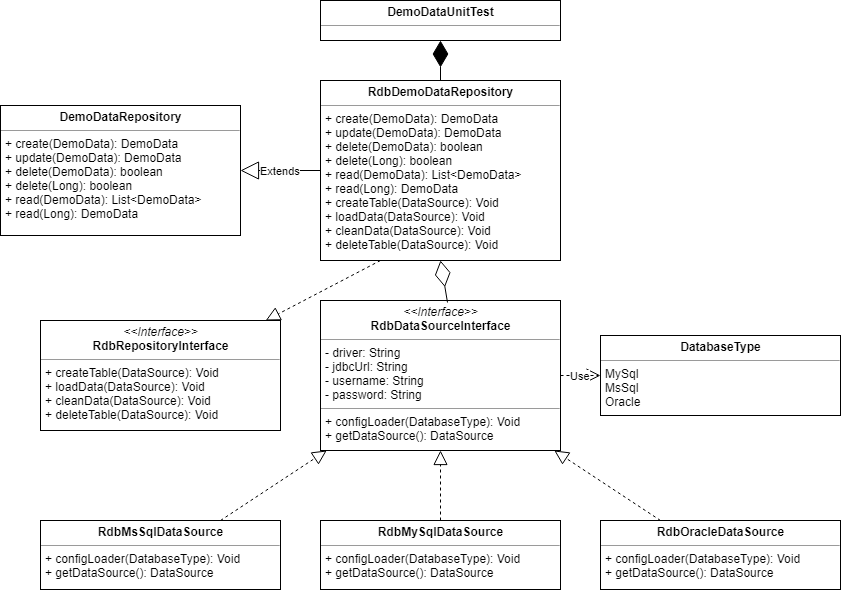
The draw.io diagram Class Diagram.png in piscessera/java-rdb-unittest, before a commit. Source tidied: cells renumbered, new cells last; positions are measured from the earlier drawing's top-left corner, leaving out a move shared by most shapes.
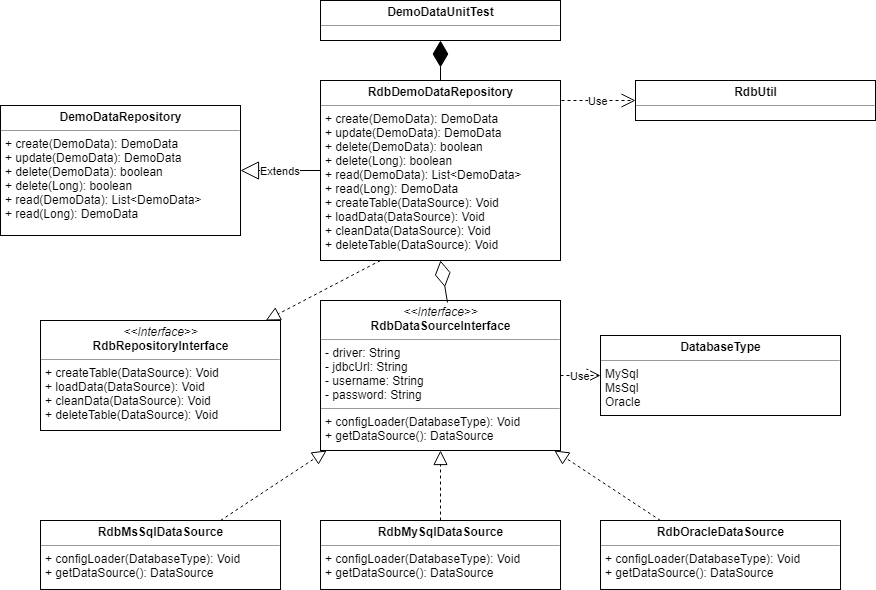
The same file after the commit.

What changed in the source:
```diff
@@ -53,5 +53,11 @@
     <mxCell id="18" style="endArrow=diamondThin;endFill=0;endSize=24;html=1;entryX=0.5;entryY=1;entryDx=0;entryDy=0;exitX=0.529;exitY=0.013;exitDx=0;exitDy=0;exitPerimeter=0;" parent="1" edge="1" source="2" target="10">
       <mxGeometry relative="1" as="geometry" />
     </mxCell>
+    <mxCell id="19" value="&lt;p style=&quot;margin: 0px ; margin-top: 4px ; text-align: center&quot;&gt;&lt;b&gt;&lt;span&gt;RdbUtil&lt;/span&gt;&lt;br&gt;&lt;/b&gt;&lt;/p&gt;&lt;hr size=&quot;1&quot;&gt;&lt;p style=&quot;margin: 0px ; margin-left: 4px&quot;&gt;&lt;/p&gt;&lt;p style=&quot;margin: 0px ; margin-left: 4px&quot;&gt;&lt;br&gt;&lt;/p&gt;&lt;p&gt;&lt;br&gt;&lt;/p&gt;" style="verticalAlign=top;align=left;overflow=fill;fontSize=12;fontFamily=Helvetica;html=1;" parent="1" vertex="1">
+      <mxGeometry x="635" y="80" width="240" height="40" as="geometry" />
+    </mxCell>
+    <mxCell id="20" value="Use" style="endArrow=open;endSize=12;dashed=1;html=1;exitX=1.004;exitY=0.111;exitDx=0;exitDy=0;entryX=0;entryY=0.5;entryDx=0;entryDy=0;exitPerimeter=0;" parent="1" edge="1" source="10" target="19">
+      <mxGeometry relative="1" as="geometry" />
+    </mxCell>
   </root>
 </mxGraphModel>
```
